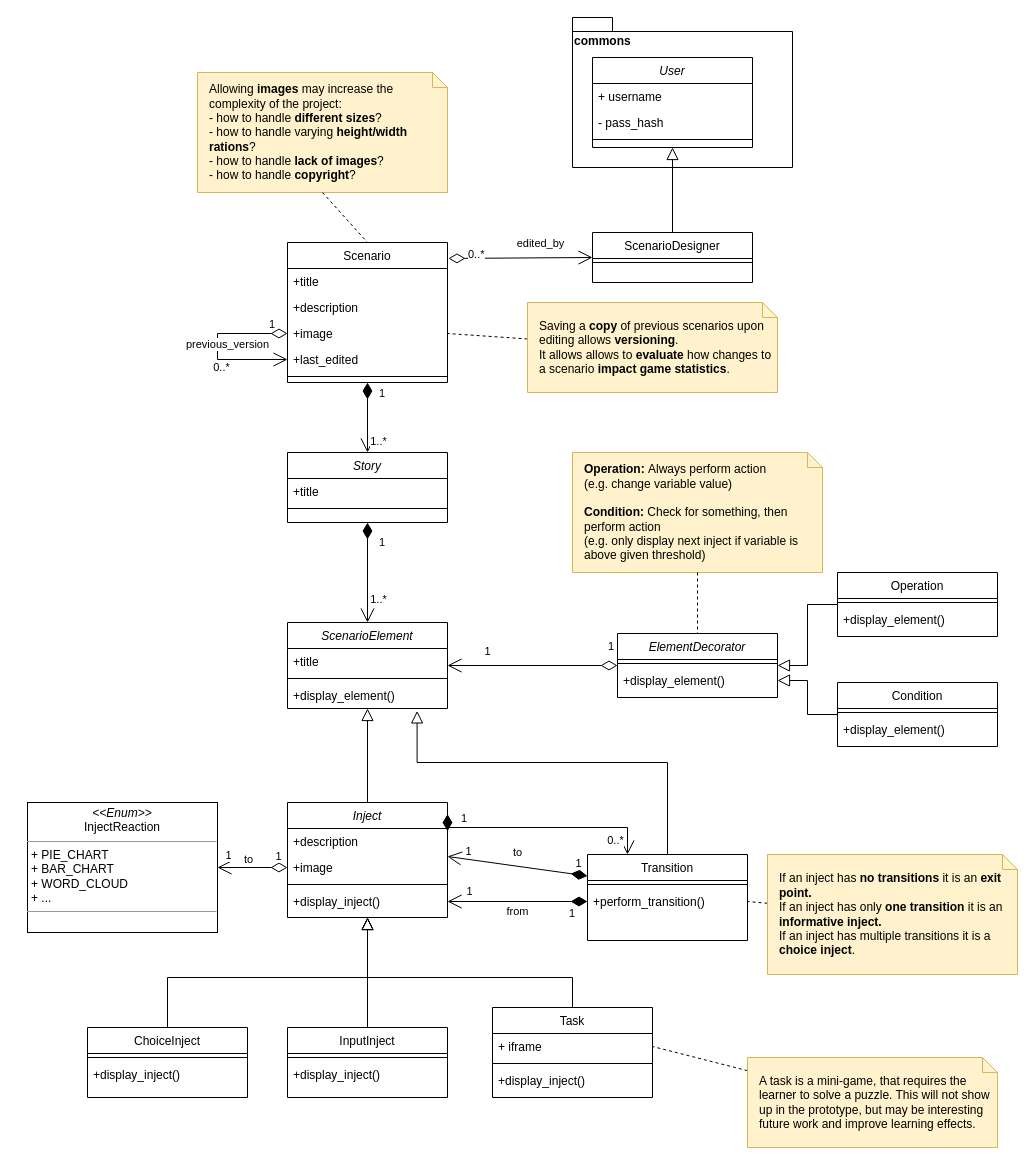
Elias-Ladenburger/CSEP keeps this draw.io diagram as page "Scenario_Design" (2 of 5) of artefacts/concept-1.0/diagrams/class diagram.drawio. Above is the earlier version. Source tidied: cells renumbered, new cells numbered last; positions are measured from the earlier drawing's top-left corner, leaving out a move shared by most shapes. Both pictures are drawn from the tidied source at 100%, with x=0, y=0 at pixel (27, 17).
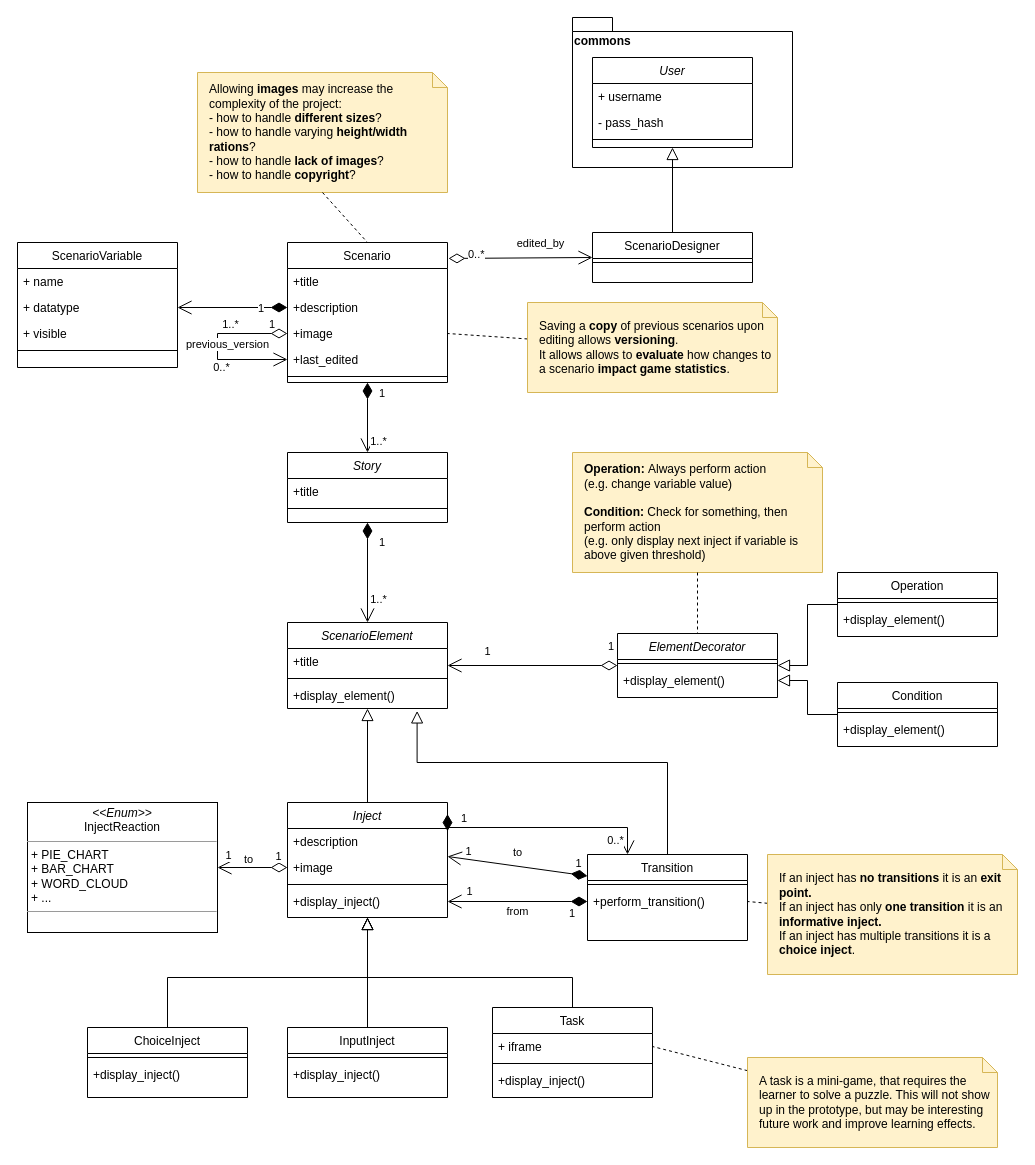
The same diagram, later.

Unchanged cells that the change refers to:
```xml
<mxCell id="4" value="+description" style="text;align=left;verticalAlign=top;spacingLeft=4;spacingRight=4;overflow=hidden;points=[[0,0.5],[1,0.5]];portConstraint=eastwest;rounded=0;shadow=0;html=0;" parent="2" vertex="1">
  <mxGeometry y="52" width="160" height="26" as="geometry" />
</mxCell>
```

What changed in the source:
```diff
@@
+    <mxCell id="92" value="ScenarioVariable" style="swimlane;fontStyle=0;align=center;verticalAlign=top;horizontal=1;startSize=26;rounded=0;shadow=0;strokeWidth=1;" parent="1" vertex="1">
+      <mxGeometry x="-10" y="225" width="160" height="125" as="geometry" />
+    </mxCell>
+    <mxCell id="93" value="+ name" style="text;align=left;verticalAlign=top;spacingLeft=4;spacingRight=4;overflow=hidden;" parent="92" vertex="1">
+      <mxGeometry y="26" width="160" height="26" as="geometry" />
+    </mxCell>
+    <mxCell id="94" value="+ datatype" style="text;align=left;verticalAlign=top;spacingLeft=4;spacingRight=4;overflow=hidden;points=[[0,0.5],[1,0.5]];portConstraint=eastwest;rounded=0;shadow=0;html=0;" parent="92" vertex="1">
+      <mxGeometry y="52" width="160" height="26" as="geometry" />
+    </mxCell>
+    <mxCell id="95" value="+ visible" style="text;align=left;verticalAlign=top;spacingLeft=4;spacingRight=4;overflow=hidden;rounded=0;shadow=0;html=0;" parent="92" vertex="1">
+      <mxGeometry y="78" width="160" height="26" as="geometry" />
+    </mxCell>
+    <mxCell id="96" style="line;html=1;strokeWidth=1;align=left;verticalAlign=middle;spacingTop=-1;spacingLeft=3;spacingRight=3;labelPosition=right;" parent="92" vertex="1">
+      <mxGeometry y="104" width="160" height="8" as="geometry" />
+    </mxCell>
+    <mxCell id="97" value="1" style="endArrow=open;html=1;endSize=12;startArrow=diamondThin;startSize=14;startFill=1;edgeStyle=orthogonalEdgeStyle;align=left;verticalAlign=bottom;exitX=0;exitY=0.5;exitDx=0;exitDy=0;rounded=0;entryX=1;entryY=0.5;entryDx=0;entryDy=0;" parent="1" edge="1" source="4" target="94">
+      <mxGeometry x="-0.43" y="10" relative="1" as="geometry" />
+    </mxCell>
+    <mxCell id="98" value="1..*" style="edgeLabel;html=1;align=center;verticalAlign=middle;" parent="97" vertex="1">
+      <mxGeometry x="0.22" y="1" relative="1" as="geometry">
+        <mxPoint x="9" y="15" as="offset" />
+      </mxGeometry>
+    </mxCell>
```
